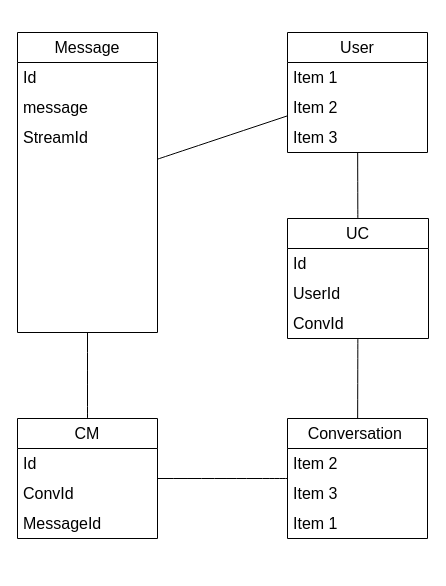
Earlier version of the draw.io diagram Chat.drawio (xaylpq/chat). Source tidied: cells renumbered, new cells numbered last; positions are measured from the earlier drawing's top-left corner, leaving out a move shared by most shapes. Both pictures are drawn from the tidied source at 100%, with x=0, y=0 at pixel (17, 32).
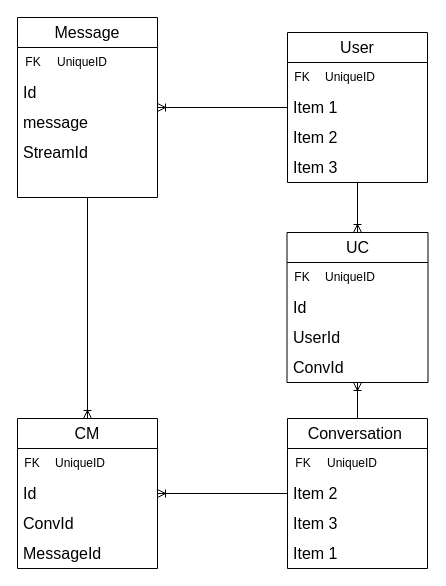
The same page after the edit.

The edit, as a diff of the source:
```diff
@@
-    <mxCell id="2" value="Conversation&amp;nbsp;" style="swimlane;fontStyle=0;horizontal=1;startSize=30;whiteSpace=wrap;html=1;fontSize=16;" parent="1" vertex="1">
-      <mxGeometry x="270" y="386" width="140" height="120" as="geometry" />
+    <mxCell id="2" value="Conversation&amp;nbsp;" style="swimlane;fontStyle=0;horizontal=1;startSize=30;whiteSpace=wrap;html=1;fontSize=16;swimlaneFillColor=none;" parent="1" vertex="1">
+      <mxGeometry x="270" y="386" width="140" height="150" as="geometry" />
     </mxCell>
+    <mxCell id="33" style="shape=table;startSize=0;childLayout=tableLayout;rowLines=0;fontStyle=0;align=center;strokeColor=none;fillColor=none;" parent="2" vertex="1">
+      <mxGeometry y="30" width="140" height="30" as="geometry" />
+    </mxCell>
+    <mxCell id="34" style="shape=tableRow;horizontal=0;startSize=0;swimlaneHead=0;swimlaneBody=0;fillColor=none;top=0;left=0;right=0;bottom=0;" parent="33" vertex="1">
+      <mxGeometry width="140" height="30" as="geometry" />
+    </mxCell>
+    <mxCell id="35" value="FK" style="shape=partialRectangle;fillColor=none;top=0;left=0;bottom=0;right=0;fontStyle=0;overflow=hidden;whiteSpace=wrap;html=1;" parent="34" vertex="1">
+      <mxGeometry width="32" height="30" as="geometry" />
+    </mxCell>
+    <mxCell id="36" value="UniqueID" style="shape=partialRectangle;fillColor=none;top=0;left=0;bottom=0;right=0;align=left;spacingLeft=6;fontStyle=0;overflow=hidden;whiteSpace=wrap;html=1;" parent="34" vertex="1">
+      <mxGeometry x="32" width="108" height="30" as="geometry" />
+    </mxCell>
     <mxCell id="3" value="Item 2" style="text;strokeColor=none;fillColor=none;align=left;verticalAlign=middle;spacingLeft=4;spacingRight=4;overflow=hidden;whiteSpace=wrap;html=1;fontSize=16;" parent="2" vertex="1">
-      <mxGeometry y="30" width="140" height="30" as="geometry" />
+      <mxGeometry y="60" width="140" height="30" as="geometry" />
     </mxCell>
     <mxCell id="4" value="Item 3" style="text;strokeColor=none;fillColor=none;align=left;verticalAlign=middle;spacingLeft=4;spacingRight=4;overflow=hidden;whiteSpace=wrap;html=1;fontSize=16;" parent="2" vertex="1">
-      <mxGeometry y="60" width="140" height="30" as="geometry" />
+      <mxGeometry y="90" width="140" height="30" as="geometry" />
     </mxCell>
     <mxCell id="5" value="Item 1" style="text;strokeColor=none;fillColor=none;align=left;verticalAlign=middle;spacingLeft=4;spacingRight=4;overflow=hidden;whiteSpace=wrap;html=1;fontSize=16;" parent="2" vertex="1">
-      <mxGeometry y="90" width="140" height="30" as="geometry" />
+      <mxGeometry y="120" width="140" height="30" as="geometry" />
     </mxCell>
     <mxCell id="6" value="User" style="swimlane;fontStyle=0;horizontal=1;startSize=30;whiteSpace=wrap;html=1;fontSize=16;" parent="1" vertex="1">
-      <mxGeometry x="270" width="140" height="120" as="geometry" />
+      <mxGeometry x="270" width="140" height="150" as="geometry" />
     </mxCell>
+    <mxCell id="37" style="shape=table;startSize=0;childLayout=tableLayout;rowLines=0;fontStyle=0;align=center;strokeColor=none;fillColor=none;" parent="6" vertex="1">
+      <mxGeometry y="30" width="140" height="30" as="geometry" />
+    </mxCell>
+    <mxCell id="38" style="shape=tableRow;horizontal=0;startSize=0;swimlaneHead=0;swimlaneBody=0;fillColor=none;top=0;left=0;right=0;bottom=0;" parent="37" vertex="1">
+      <mxGeometry width="140" height="30" as="geometry" />
+    </mxCell>
+    <mxCell id="39" value="FK" style="shape=partialRectangle;fillColor=none;top=0;left=0;bottom=0;right=0;fontStyle=0;overflow=hidden;whiteSpace=wrap;html=1;" parent="38" vertex="1">
+      <mxGeometry width="30" height="30" as="geometry" />
+    </mxCell>
+    <mxCell id="40" value="UniqueID" style="shape=partialRectangle;fillColor=none;top=0;left=0;bottom=0;right=0;align=left;spacingLeft=6;fontStyle=0;overflow=hidden;whiteSpace=wrap;html=1;" parent="38" vertex="1">
+      <mxGeometry x="30" width="110" height="30" as="geometry" />
+    </mxCell>
     <mxCell id="7" value="Item 1" style="text;strokeColor=none;fillColor=none;align=left;verticalAlign=middle;spacingLeft=4;spacingRight=4;overflow=hidden;whiteSpace=wrap;html=1;fontSize=16;" parent="6" vertex="1">
-      <mxGeometry y="30" width="140" height="30" as="geometry" />
+      <mxGeometry y="60" width="140" height="30" as="geometry" />
     </mxCell>
     <mxCell id="8" value="Item 2" style="text;strokeColor=none;fillColor=none;align=left;verticalAlign=middle;spacingLeft=4;spacingRight=4;overflow=hidden;whiteSpace=wrap;html=1;fontSize=16;" parent="6" vertex="1">
-      <mxGeometry y="60" width="140" height="30" as="geometry" />
+      <mxGeometry y="90" width="140" height="30" as="geometry" />
     </mxCell>
     <mxCell id="9" value="Item 3" style="text;strokeColor=none;fillColor=none;align=left;verticalAlign=middle;spacingLeft=4;spacingRight=4;overflow=hidden;whiteSpace=wrap;html=1;fontSize=16;" parent="6" vertex="1">
-      <mxGeometry y="90" width="140" height="30" as="geometry" />
+      <mxGeometry y="120" width="140" height="30" as="geometry" />
     </mxCell>
     <mxCell id="10" value="Message" style="swimlane;fontStyle=0;horizontal=1;startSize=30;whiteSpace=wrap;html=1;fontSize=16;" parent="1" vertex="1">
-      <mxGeometry width="140" height="300" as="geometry" />
+      <mxGeometry y="-15" width="140" height="180" as="geometry" />
     </mxCell>
+    <mxCell id="41" style="shape=table;startSize=0;childLayout=tableLayout;rowLines=0;fontStyle=0;align=center;strokeColor=none;fillColor=none;" parent="10" vertex="1">
+      <mxGeometry y="30" width="140" height="30" as="geometry" />
+    </mxCell>
+    <mxCell id="42" style="shape=tableRow;horizontal=0;startSize=0;swimlaneHead=0;swimlaneBody=0;fillColor=none;top=0;left=0;right=0;bottom=0;" parent="41" vertex="1">
+      <mxGeometry width="140" height="30" as="geometry" />
+    </mxCell>
+    <mxCell id="43" value="FK" style="shape=partialRectangle;fillColor=none;top=0;left=0;bottom=0;right=0;fontStyle=0;overflow=hidden;whiteSpace=wrap;html=1;" parent="42" vertex="1">
+      <mxGeometry width="32" height="30" as="geometry" />
+    </mxCell>
+    <mxCell id="44" value="UniqueID" style="shape=partialRectangle;fillColor=none;top=0;left=0;bottom=0;right=0;align=left;spacingLeft=6;fontStyle=0;overflow=hidden;whiteSpace=wrap;html=1;" parent="42" vertex="1">
+      <mxGeometry x="32" width="108" height="30" as="geometry" />
+    </mxCell>
     <mxCell id="11" value="Id" style="text;strokeColor=none;fillColor=none;align=left;verticalAlign=middle;spacingLeft=4;spacingRight=4;overflow=hidden;whiteSpace=wrap;html=1;fontSize=16;" parent="10" vertex="1">
-      <mxGeometry y="30" width="140" height="30" as="geometry" />
+      <mxGeometry y="60" width="140" height="30" as="geometry" />
     </mxCell>
     <mxCell id="12" value="message" style="text;strokeColor=none;fillColor=none;align=left;verticalAlign=middle;spacingLeft=4;spacingRight=4;overflow=hidden;whiteSpace=wrap;html=1;fontSize=16;" parent="10" vertex="1">
-      <mxGeometry y="60" width="140" height="30" as="geometry" />
+      <mxGeometry y="90" width="140" height="30" as="geometry" />
     </mxCell>
     <mxCell id="13" value="StreamId" style="text;strokeColor=none;fillColor=none;align=left;verticalAlign=middle;spacingLeft=4;spacingRight=4;overflow=hidden;whiteSpace=wrap;html=1;fontSize=16;" parent="10" vertex="1">
-      <mxGeometry y="90" width="140" height="30" as="geometry" />
+      <mxGeometry y="120" width="140" height="30" as="geometry" />
     </mxCell>
-    <mxCell id="14" style="text;strokeColor=none;fillColor=none;align=left;verticalAlign=middle;spacingLeft=4;spacingRight=4;overflow=hidden;whiteSpace=wrap;html=1;fontSize=16;" parent="10" vertex="1">
-      <mxGeometry y="120" width="140" height="30" as="geometry" />
-    </mxCell>
@@
-    <mxCell id="16" style="text;strokeColor=none;fillColor=none;align=left;verticalAlign=middle;spacingLeft=4;spacingRight=4;overflow=hidden;whiteSpace=wrap;html=1;fontSize=16;" parent="10" vertex="1">
-      <mxGeometry y="180" width="140" height="30" as="geometry" />
-    </mxCell>
-    <mxCell id="17" style="text;strokeColor=none;fillColor=none;align=left;verticalAlign=middle;spacingLeft=4;spacingRight=4;overflow=hidden;whiteSpace=wrap;html=1;fontSize=16;" parent="10" vertex="1">
-      <mxGeometry y="210" width="140" height="30" as="geometry" />
-    </mxCell>
-    <mxCell id="18" style="text;strokeColor=none;fillColor=none;align=left;verticalAlign=middle;spacingLeft=4;spacingRight=4;overflow=hidden;whiteSpace=wrap;html=1;fontSize=16;" parent="10" vertex="1">
-      <mxGeometry y="240" width="140" height="30" as="geometry" />
-    </mxCell>
-    <mxCell id="19" style="text;strokeColor=none;fillColor=none;align=left;verticalAlign=middle;spacingLeft=4;spacingRight=4;overflow=hidden;whiteSpace=wrap;html=1;fontSize=16;" parent="10" vertex="1">
-      <mxGeometry y="270" width="140" height="30" as="geometry" />
-    </mxCell>
     <mxCell id="20" value="CM" style="swimlane;fontStyle=0;horizontal=1;startSize=30;whiteSpace=wrap;html=1;fontSize=16;" parent="1" vertex="1">
-      <mxGeometry y="386" width="140" height="120" as="geometry" />
+      <mxGeometry y="386" width="140" height="150" as="geometry" />
     </mxCell>
+    <mxCell id="45" style="shape=table;startSize=0;childLayout=tableLayout;rowLines=0;fontStyle=0;align=center;strokeColor=none;fillColor=none;" parent="20" vertex="1">
+      <mxGeometry y="30" width="140" height="30" as="geometry" />
+    </mxCell>
+    <mxCell id="46" style="shape=tableRow;horizontal=0;startSize=0;swimlaneHead=0;swimlaneBody=0;fillColor=none;top=0;left=0;right=0;bottom=0;" parent="45" vertex="1">
+      <mxGeometry width="140" height="30" as="geometry" />
+    </mxCell>
+    <mxCell id="47" value="FK" style="shape=partialRectangle;fillColor=none;top=0;left=0;bottom=0;right=0;fontStyle=0;overflow=hidden;whiteSpace=wrap;html=1;" parent="46" vertex="1">
+      <mxGeometry width="30" height="30" as="geometry" />
+    </mxCell>
+    <mxCell id="48" value="UniqueID" style="shape=partialRectangle;fillColor=none;top=0;left=0;bottom=0;right=0;align=left;spacingLeft=6;fontStyle=0;overflow=hidden;whiteSpace=wrap;html=1;" parent="46" vertex="1">
+      <mxGeometry x="30" width="110" height="30" as="geometry" />
+    </mxCell>
     <mxCell id="21" value="Id" style="text;strokeColor=none;fillColor=none;align=left;verticalAlign=middle;spacingLeft=4;spacingRight=4;overflow=hidden;whiteSpace=wrap;html=1;fontSize=16;" parent="20" vertex="1">
-      <mxGeometry y="30" width="140" height="30" as="geometry" />
+      <mxGeometry y="60" width="140" height="30" as="geometry" />
     </mxCell>
     <mxCell id="22" value="ConvId" style="text;strokeColor=none;fillColor=none;align=left;verticalAlign=middle;spacingLeft=4;spacingRight=4;overflow=hidden;whiteSpace=wrap;html=1;fontSize=16;" parent="20" vertex="1">
-      <mxGeometry y="60" width="140" height="30" as="geometry" />
+      <mxGeometry y="90" width="140" height="30" as="geometry" />
     </mxCell>
     <mxCell id="23" value="MessageId" style="text;strokeColor=none;fillColor=none;align=left;verticalAlign=middle;spacingLeft=4;spacingRight=4;overflow=hidden;whiteSpace=wrap;html=1;fontSize=16;" parent="20" vertex="1">
-      <mxGeometry y="90" width="140" height="30" as="geometry" />
+      <mxGeometry y="120" width="140" height="30" as="geometry" />
     </mxCell>
     <mxCell id="24" value="UC" style="swimlane;fontStyle=0;horizontal=1;startSize=30;whiteSpace=wrap;html=1;fontSize=16;" parent="1" vertex="1">
-      <mxGeometry x="270" y="186" width="141" height="120" as="geometry" />
+      <mxGeometry x="269.5" y="200" width="141" height="150" as="geometry" />
     </mxCell>
+    <mxCell id="49" style="shape=table;startSize=0;childLayout=tableLayout;rowLines=0;fontStyle=0;align=center;strokeColor=none;fillColor=none;" parent="24" vertex="1">
+      <mxGeometry y="30" width="141" height="30" as="geometry" />
+    </mxCell>
+    <mxCell id="50" style="shape=tableRow;horizontal=0;startSize=0;swimlaneHead=0;swimlaneBody=0;fillColor=none;top=0;left=0;right=0;bottom=0;" parent="49" vertex="1">
+      <mxGeometry width="141" height="30" as="geometry" />
+    </mxCell>
+    <mxCell id="51" value="FK" style="shape=partialRectangle;fillColor=none;top=0;left=0;bottom=0;right=0;fontStyle=0;overflow=hidden;whiteSpace=wrap;html=1;" parent="50" vertex="1">
+      <mxGeometry width="30" height="30" as="geometry" />
+    </mxCell>
+    <mxCell id="52" value="UniqueID" style="shape=partialRectangle;fillColor=none;top=0;left=0;bottom=0;right=0;align=left;spacingLeft=6;fontStyle=0;overflow=hidden;whiteSpace=wrap;html=1;" parent="50" vertex="1">
+      <mxGeometry x="30" width="111" height="30" as="geometry" />
+    </mxCell>
     <mxCell id="25" value="Id" style="text;strokeColor=none;fillColor=none;align=left;verticalAlign=middle;spacingLeft=4;spacingRight=4;overflow=hidden;whiteSpace=wrap;html=1;fontSize=16;" parent="24" vertex="1">
-      <mxGeometry y="30" width="141" height="30" as="geometry" />
+      <mxGeometry y="60" width="141" height="30" as="geometry" />
     </mxCell>
     <mxCell id="26" value="UserId" style="text;strokeColor=none;fillColor=none;align=left;verticalAlign=middle;spacingLeft=4;spacingRight=4;overflow=hidden;whiteSpace=wrap;html=1;fontSize=16;" parent="24" vertex="1">
-      <mxGeometry y="60" width="141" height="30" as="geometry" />
+      <mxGeometry y="90" width="141" height="30" as="geometry" />
     </mxCell>
     <mxCell id="27" value="ConvId" style="text;strokeColor=none;fillColor=none;align=left;verticalAlign=middle;spacingLeft=4;spacingRight=4;overflow=hidden;whiteSpace=wrap;html=1;fontSize=16;" parent="24" vertex="1">
-      <mxGeometry y="90" width="141" height="30" as="geometry" />
+      <mxGeometry y="120" width="141" height="30" as="geometry" />
     </mxCell>
-    <mxCell id="28" style="endArrow=none;html=1;rounded=0;fontSize=12;startSize=8;endSize=8;curved=1;" parent="1" edge="1" source="24" target="6">
-      <mxGeometry relative="1" as="geometry" />
-    </mxCell>
-    <mxCell id="29" style="endArrow=none;html=1;rounded=0;fontSize=12;startSize=8;endSize=8;curved=1;" parent="1" edge="1" source="24" target="2">
-      <mxGeometry relative="1" as="geometry" />
-    </mxCell>
-    <mxCell id="30" style="endArrow=none;html=1;rounded=0;fontSize=12;startSize=8;endSize=8;curved=1;" parent="1" edge="1" source="10" target="6">
-      <mxGeometry relative="1" as="geometry" />
-    </mxCell>
+    <mxCell id="53" style="edgeStyle=orthogonalEdgeStyle;fontSize=12;html=1;endArrow=ERoneToMany;rounded=0;" parent="1" edge="1" source="6" target="10">
+      <mxGeometry relative="1" as="geometry" />
+    </mxCell>
-    <mxCell id="31" style="endArrow=none;html=1;rounded=0;fontSize=12;startSize=8;endSize=8;curved=1;" parent="1" edge="1" source="2" target="20">
+    <mxCell id="31" style="edgeStyle=orthogonalEdgeStyle;fontSize=12;html=1;endArrow=ERoneToMany;rounded=0;" parent="1" edge="1" source="2" target="20">
       <mxGeometry relative="1" as="geometry" />
     </mxCell>
-    <mxCell id="32" style="endArrow=none;html=1;rounded=0;fontSize=12;startSize=8;endSize=8;curved=1;" parent="1" edge="1" source="20" target="10">
-      <mxGeometry relative="1" as="geometry" />
-    </mxCell>
+    <mxCell id="54" style="edgeStyle=orthogonalEdgeStyle;fontSize=12;html=1;endArrow=ERoneToMany;rounded=0;" parent="1" edge="1" source="10" target="20">
+      <mxGeometry relative="1" as="geometry" />
+    </mxCell>
+    <mxCell id="55" style="edgeStyle=orthogonalEdgeStyle;fontSize=12;html=1;endArrow=ERoneToMany;rounded=0;" parent="1" edge="1" source="2" target="24">
+      <mxGeometry relative="1" as="geometry" />
+    </mxCell>
+    <mxCell id="56" style="edgeStyle=orthogonalEdgeStyle;fontSize=12;html=1;endArrow=ERoneToMany;rounded=0;" parent="1" edge="1" source="6" target="24">
+      <mxGeometry relative="1" as="geometry" />
+    </mxCell>
```
